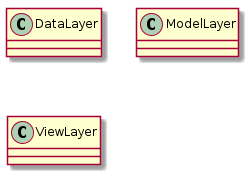
Above: architecture.png in heavydragon99/AlgaDepa_Assesment (PlantUML), before the change. The source it was exported from:
```plantuml
@startuml
class DataLayer{
}
class ModelLayer{
}
class ViewLayer{
}
@enduml
```
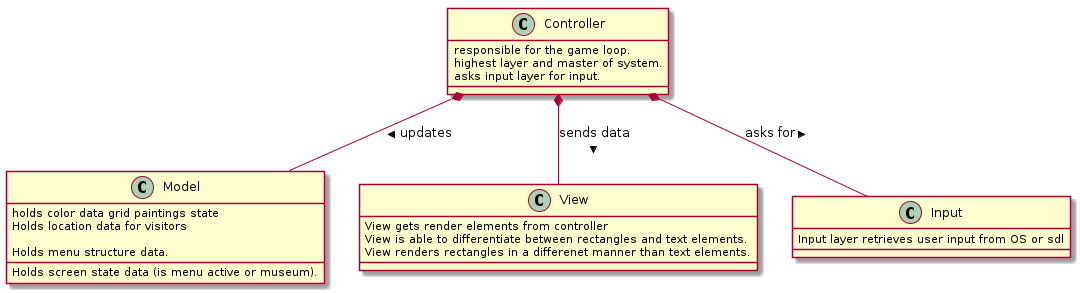
Above is the later version.

Commit message:
first thoughts on architecture

The edit, as a diff of the source:
```diff
@@ -1,8 +1,30 @@
 @startuml
-class DataLayer{
+class Controller{
+    responsible for the game loop.
+    highest layer and master of system.
+    asks input layer for input.
 }
-class ModelLayer{
+
+class Model{
+    holds color data grid paintings state
+    Holds location data for visitors
+
+    Holds menu structure data.
+    Holds screen state data (is menu active or museum).
 }
-class ViewLayer{
+
+class View{
+    View gets render elements from controller
+    View is able to differentiate between rectangles and text elements.
+    View renders rectangles in a differenet manner than text elements.
 }
+
+class Input{
+    Input layer retrieves user input from OS or sdl
+}
+
+Controller *-- Model : updates >
+Controller *-- View : sends data >
+Controller *-- Input : asks for >
+
 @enduml
```
